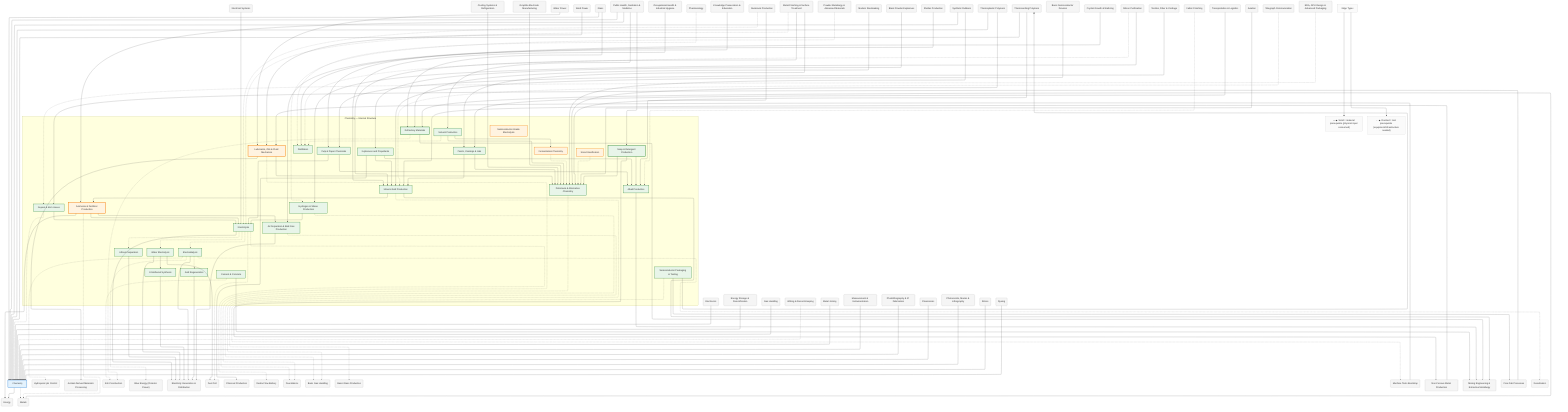
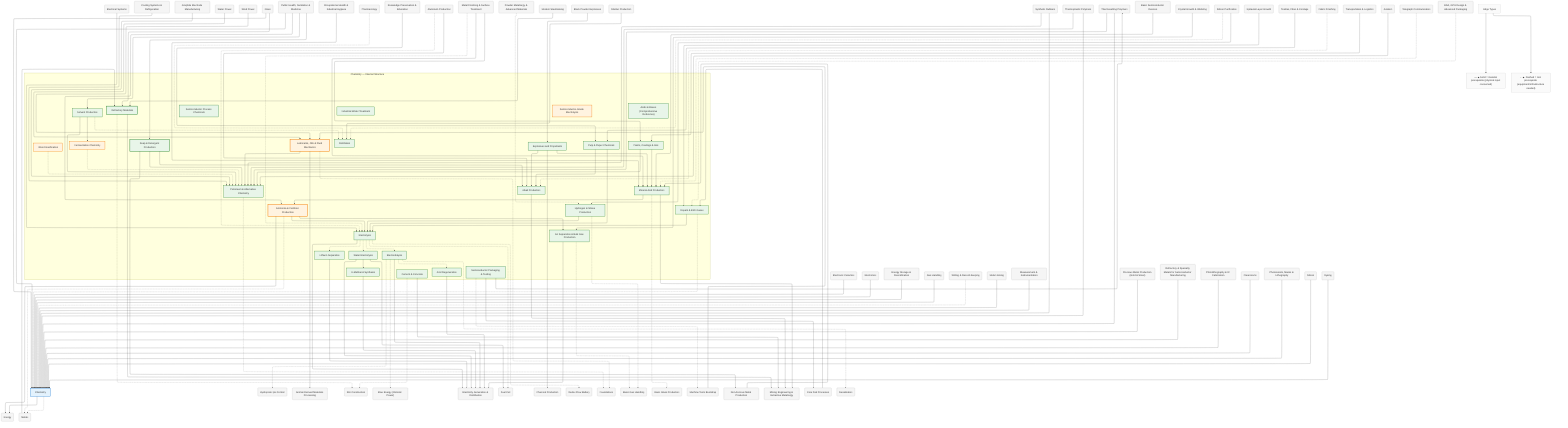
%%{init: {"flowchart": {"defaultRenderer": "elk", "htmlLabels": true}}}%%
graph TD
    %% Domain: Chemistry

    %% ==================== INTERNAL NODES ====================
    subgraph chemistry_internal ["Chemistry — Internal Structure"]
        direction TB
        chemistry_acids["Mineral Acid Production"]
        chemistry_alkalis["Alkali Production"]
        chemistry_cement["Cement & Concrete"]
        chemistry_electrolysis["Electrolysis"]
        chemistry_air-separation["Air Separation & Bulk Gas Production"]
        chemistry_hydrogen-silane["Hydrogen & Silane Production"]
        chemistry_dopant-etch-gases["Dopant & Etch Gases"]
        chemistry_packaging-testing["Semiconductor Packaging & Testing"]
        chemistry_petroleum-alternatives["Petroleum & Alternative Chemistry"]
        chemistry_lubricants["Lubricants, Oils & Fluid Mechanics"]
        chemistry_distillation["Distillation"]
        chemistry_explosives["Explosives and Propellants"]
        chemistry_petroleum-alternatives_fermentation["Fermentation Chemistry"]
        chemistry_petroleum-alternatives_wood-gasification["Wood Gasification"]
        chemistry_ammonia["Ammonia & Fertilizer Production"]
        chemistry_soap["Soap & Detergent Production"]
        chemistry_solvents["Solvent Production"]
        chemistry_refractories["Refractory Materials"]
        chemistry_coatings["Paints, Coatings & Inks"]
        chemistry_pulp-chemicals["Pulp & Paper Chemicals"]
        chemistry_electrolysis_sem-tech["Semiconductor-Grade Electrolysis"]
        chemistry_water-electrolysis["Water Electrolysis"]
        chemistry_e-methanol["E-Methanol Synthesis"]
        chemistry_electrodialysis["Electrodialysis"]
+         chemistry_acids-bases["Acids & Bases (Comprehensive Reference)"]
+         chemistry_water-treatment["Industrial Water Treatment"]
        chemistry_lithium-separation["Lithium Separation"]
        chemistry_acid-regeneration["Acid Regeneration"]
+         chemistry_semiconductor-chemicals["Semiconductor Process Chemicals"]
    end

    %% ==================== DOMAIN NODE ====================
    chemistry["Chemistry"]

    %% ==================== EXTERNAL DEPENDENCIES ====================
    agriculture_hydroponic-ph-control("Hydroponic pH Control")
    animals_animal-materials("Animal-Derived Materials Processing")
+     ceramics_electronic-ceramics("Electronic Ceramics")
    ceramics_kilns("Kiln Construction")
    electronics("Electronics")
    electronics_electrical-systems("Electrical Systems")
    energy("Energy")
    energy_blue-energy("Blue Energy (Osmotic Power)")
    energy_cooling("Cooling Systems & Refrigeration")
    energy_electric-furnaces_electrode-manufacturing("Graphite Electrode Manufacturing")
    energy_electricity("Electricity Generation & Distribution")
    energy_fuel-cell("Fuel Cell")
    energy_fuels_charcoal("Charcoal Production")
    energy_gravity("Water Power")
    energy_redox-flow-battery("Redox Flow Battery")
    energy_storage("Energy Storage & Diversification")
    energy_wind("Wind Power")
    foundations("Foundations")
    gas-handling("Gas Handling")
    gas-handling_basic("Basic Gas Handling")
    glass("Glass")
    glass_basic("Basic Glass Production")
    health("Public Health, Sanitation & Medicine")
    health_occupational-health("Occupational Health & Industrial Hygiene")
    health_pharmacology("Pharmacology")
    knowledge("Knowledge Preservation & Education")
    knowledge_writing("Writing & Record-Keeping")
    machine-tools("Machine Tools Bootstrap")
    machine-tools_joining("Metal Joining")
    measurement("Measurement & Instrumentation")
    metals("Metals")
    metals_aluminum("Aluminum Production")
    metals_finishing("Metal Finishing & Surface Treatment")
    metals_non-ferrous("Non-Ferrous Metal Production")
    metals_powder-metallurgy("Powder Metallurgy & Advanced Materials")
+     metals_precious-metals("Precious Metal Production (Gold & Silver)")
+     metals_refractory-specialty("Refractory & Specialty Metals for Semiconductor Manufacturing")
    metals_steelmaking("Modern Steelmaking")
    mining("Mining Engineering & Extractive Metallurgy")
    mining_extraction_black-powder("Black Powder Explosives")
    photolithography("Photolithography & IC Fabrication")
    photolithography_cleanrooms("Cleanrooms")
    photolithography_fab-processes("Core Fab Processes")
    photolithography_resists-masks("Photoresists, Masks & Lithography")
    polymers_rubber_shellac("Shellac Production")
    polymers_rubber_synthetic("Synthetic Rubbers")
    polymers_thermoplastics("Thermoplastic Polymers")
    polymers_thermosets("Thermosetting Polymers")
    silicon("Silicon")
    silicon_basic-devices("Basic Semiconductor Devices")
    silicon_crystal-growth("Crystal Growth & Wafering")
    silicon_purification("Silicon Purification")
+     silicon_wafering_epitaxy("Epitaxial Layer Growth")
    textiles("Textiles, Fiber & Cordage")
    textiles_dyeing("Dyeing")
    textiles_finishing("Fabric Finishing")
    transport("Transportation & Logistics")
    transport_aviation("Aviation")
    transport_telegraph("Telegraph Communication")
    vlsi-scaling_eda-design("EDA, GPU Design & Advanced Packaging")
    water_desalination("Desalination")

    %% ==================== EDGES ====================
    chemistry_hydrogen-silane --> chemistry_electrolysis
    chemistry_dopant-etch-gases --> chemistry_electrolysis
    chemistry_dopant-etch-gases -.-> chemistry
    chemistry_lubricants --> chemistry_petroleum-alternatives
    chemistry_explosives --> chemistry_acids
    chemistry_explosives --> chemistry_alkalis
    chemistry_petroleum-alternatives_fermentation -.-> chemistry_petroleum-alternatives
    chemistry_petroleum-alternatives_wood-gasification -.-> chemistry_petroleum-alternatives
    chemistry_ammonia --> chemistry_air-separation
    chemistry_ammonia --> chemistry_electrolysis
    chemistry_acids --> chemistry_ammonia
    chemistry_soap --> chemistry_alkalis
    chemistry_soap --> chemistry_petroleum-alternatives
    chemistry_solvents --> chemistry_petroleum-alternatives
    chemistry_solvents -.-> chemistry_distillation
    chemistry_solvents --> chemistry_petroleum-alternatives_fermentation
    chemistry_coatings --> chemistry_petroleum-alternatives
    chemistry_coatings --> chemistry_acids
    chemistry_pulp-chemicals --> chemistry_alkalis
    chemistry_pulp-chemicals --> chemistry_electrolysis
    chemistry_electrolysis -.-> chemistry_water-electrolysis
    chemistry_electrolysis -.-> chemistry_electrodialysis
    chemistry_electrolysis -.-> chemistry_lithium-separation
    chemistry_water-electrolysis --> chemistry_e-methanol
    chemistry_electrodialysis -.-> chemistry_acid-regeneration
    energy_gravity --> chemistry_lubricants
    energy_wind --> chemistry_lubricants
    machine-tools --> chemistry_lubricants
    energy_cooling --> chemistry_petroleum-alternatives
    chemistry_electrolysis --> energy_electricity
    machine-tools_joining --> chemistry
    chemistry -.-> metals
    chemistry --> energy
    chemistry_acids --> mining
    chemistry_acids -.-> glass_basic
    chemistry_alkalis --> mining
    chemistry_cement -.-> ceramics_kilns
    chemistry_cement --> mining
    glass --> chemistry
    gas-handling --> chemistry
    measurement --> chemistry
    silicon --> chemistry
    silicon_purification -.-> chemistry_distillation
    silicon_purification --> chemistry_hydrogen-silane
    silicon_crystal-growth --> chemistry_air-separation
    silicon_basic-devices --> chemistry_acids
    photolithography --> chemistry
    photolithography_cleanrooms --> chemistry
    photolithography_resists-masks --> chemistry
    photolithography_fab-processes --> chemistry_dopant-etch-gases
    vlsi-scaling_eda-design -.-> chemistry_dopant-etch-gases
    health --> chemistry
    chemistry_air-separation --> energy_electricity
    chemistry_air-separation -.-> gas-handling_basic
    chemistry_hydrogen-silane -.-> gas-handling_basic
    chemistry_packaging-testing --> photolithography_fab-processes
    chemistry_packaging-testing -.-> machine-tools
    chemistry_packaging-testing --> polymers_thermosets
    energy_storage --> chemistry
    chemistry_lubricants -.-> foundations
    chemistry_petroleum-alternatives -.-> foundations
    transport_aviation --> chemistry_petroleum-alternatives
    polymers_rubber_synthetic --> chemistry_petroleum-alternatives
    polymers_rubber_synthetic --> chemistry
    polymers_thermosets --> chemistry_petroleum-alternatives
    polymers_thermosets --> chemistry
    polymers_thermoplastics --> chemistry_petroleum-alternatives
    polymers_thermoplastics --> chemistry
    health_pharmacology -.-> chemistry_distillation
    textiles_dyeing --> chemistry
+     ceramics_electronic-ceramics --> chemistry
    energy_electric-furnaces_electrode-manufacturing --> chemistry_petroleum-alternatives
    mining_extraction_black-powder --> chemistry_explosives
    transport_telegraph -.-> chemistry_acids
    chemistry_explosives --> energy_fuels_charcoal
    polymers_rubber_shellac --> chemistry_distillation
    knowledge_writing -.-> chemistry
    chemistry_ammonia --> energy
    chemistry_ammonia -.-> metals
    health --> chemistry_ammonia
    health --> chemistry_soap
    health --> chemistry_solvents
    chemistry_refractories --> mining
    chemistry_refractories -.-> ceramics_kilns
    metals --> chemistry_refractories
    glass --> chemistry_refractories
    transport --> chemistry_coatings
    knowledge --> chemistry_pulp-chemicals
    textiles --> chemistry_pulp-chemicals
    metals_steelmaking --> chemistry_refractories
    metals_aluminum -.-> chemistry_electrolysis
    metals_aluminum --> chemistry_alkalis
    metals_non-ferrous --> chemistry_acids
    chemistry_soap --> metals_non-ferrous
    metals_finishing --> chemistry_acids
    metals_finishing -.-> chemistry_electrolysis
    metals_finishing --> chemistry_coatings
    metals_powder-metallurgy -.-> chemistry_hydrogen-silane
    chemistry_lubricants --> animals_animal-materials
    textiles_finishing -.-> chemistry_alkalis
    health_occupational-health --> chemistry_acids
+     silicon_wafering_epitaxy --> chemistry_dopant-etch-gases
    chemistry_electrolysis -.-> energy_redox-flow-battery
    chemistry_electrolysis -.-> energy_fuel-cell
    chemistry_water-electrolysis --> energy_electricity
    chemistry_e-methanol --> energy_electricity
    chemistry_electrodialysis --> energy_electricity
    chemistry_lithium-separation --> energy_electricity
    chemistry_acid-regeneration --> energy_electricity
    chemistry_water-electrolysis --> energy_fuel-cell
    chemistry_electrodialysis -.-> water_desalination
    chemistry_electrodialysis -.-> energy_blue-energy
    chemistry_electrodialysis -.-> agriculture_hydroponic-ph-control
    electronics --> chemistry
    electronics_electrical-systems --> chemistry_electrolysis
+     metals_refractory-specialty --> chemistry
+     metals_precious-metals --> chemistry

    %% ==================== EDGE TYPE LEGEND ====================
    EdgeLegend["Edge Types"]
    EdgeLegend --> MatNote["──▶ Solid = material prerequisite (physical input consumed)"]
    EdgeLegend --> ToolNote["- - ▶ Dashed = tool prerequisite (equipment/infrastructure needed)"]

    %% ==================== STYLING ====================
    classDef domain fill:#e3f2fd,stroke:#1976d2,stroke-width:2px
    classDef capability fill:#e8f5e9,stroke:#388e3c,stroke-width:2px
    classDef process fill:#fff3e0,stroke:#f57c00,stroke-width:2px
    classDef critical fill:#fff3e0,stroke:#f57c00,stroke-width:3px
    classDef earlyWin fill:#e8f5e9,stroke:#388e3c,stroke-width:3px
    classDef pinnacle fill:#fce4ec,stroke:#c62828,stroke-width:3px
    classDef external fill:#f5f5f5,stroke:#9e9e9e,stroke-width:1px
    classDef legend fill:#fafafa,stroke:#bdbdbd,stroke-width:1px
    class chemistry domain
    class chemistry_acids capability
    class chemistry_alkalis capability
    class chemistry_cement capability
    class chemistry_electrolysis capability
    class chemistry_air-separation capability
    class chemistry_hydrogen-silane capability
    class chemistry_dopant-etch-gases capability
    class chemistry_packaging-testing capability
    class chemistry_petroleum-alternatives capability
    class chemistry_lubricants critical
    class chemistry_distillation capability
    class chemistry_explosives capability
    class chemistry_petroleum-alternatives_fermentation process
    class chemistry_petroleum-alternatives_wood-gasification process
    class chemistry_ammonia critical
    class chemistry_soap earlyWin
    class chemistry_solvents capability
    class chemistry_refractories earlyWin
    class chemistry_coatings capability
    class chemistry_pulp-chemicals capability
    class chemistry_electrolysis_sem-tech process
    class chemistry_water-electrolysis capability
    class chemistry_e-methanol capability
    class chemistry_electrodialysis capability
+     class chemistry_acids-bases capability
+     class chemistry_water-treatment capability
    class chemistry_lithium-separation capability
    class chemistry_acid-regeneration capability
+     class chemistry_semiconductor-chemicals capability
    class agriculture_hydroponic-ph-control external
    class animals_animal-materials external
+     class ceramics_electronic-ceramics external
    class ceramics_kilns external
    class electronics external
    class electronics_electrical-systems external
    class energy external
    class energy_blue-energy external
    class energy_cooling external
    class energy_electric-furnaces_electrode-manufacturing external
    class energy_electricity external
    class energy_fuel-cell external
    class energy_fuels_charcoal external
    class energy_gravity external
    class energy_redox-flow-battery external
    class energy_storage external
    class energy_wind external
    class foundations external
    class gas-handling external
    class gas-handling_basic external
    class glass external
    class glass_basic external
    class health external
    class health_occupational-health external
    class health_pharmacology external
    class knowledge external
    class knowledge_writing external
    class machine-tools external
    class machine-tools_joining external
    class measurement external
    class metals external
    class metals_aluminum external
    class metals_finishing external
    class metals_non-ferrous external
    class metals_powder-metallurgy external
+     class metals_precious-metals external
+     class metals_refractory-specialty external
    class metals_steelmaking external
    class mining external
    class mining_extraction_black-powder external
    class photolithography external
    class photolithography_cleanrooms external
    class photolithography_fab-processes external
    class photolithography_resists-masks external
    class polymers_rubber_shellac external
    class polymers_rubber_synthetic external
    class polymers_thermoplastics external
    class polymers_thermosets external
    class silicon external
    class silicon_basic-devices external
    class silicon_crystal-growth external
    class silicon_purification external
+     class silicon_wafering_epitaxy external
    class textiles external
    class textiles_dyeing external
    class textiles_finishing external
    class transport external
    class transport_aviation external
    class transport_telegraph external
    class vlsi-scaling_eda-design external
    class water_desalination external
    class EdgeLegend,MatNote,ToolNote legend
